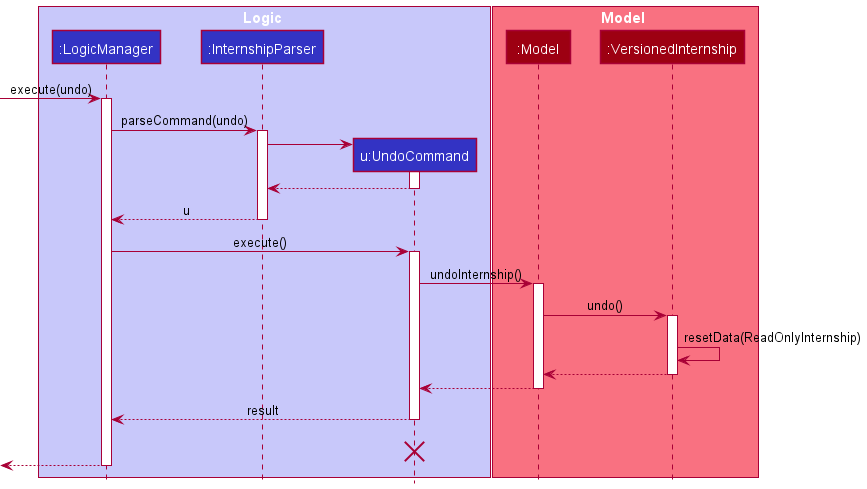
The PlantUML diagram docs/images/umldiagrams/UndoSequenceDiagram.png in tianyue58/tp, before a commit.
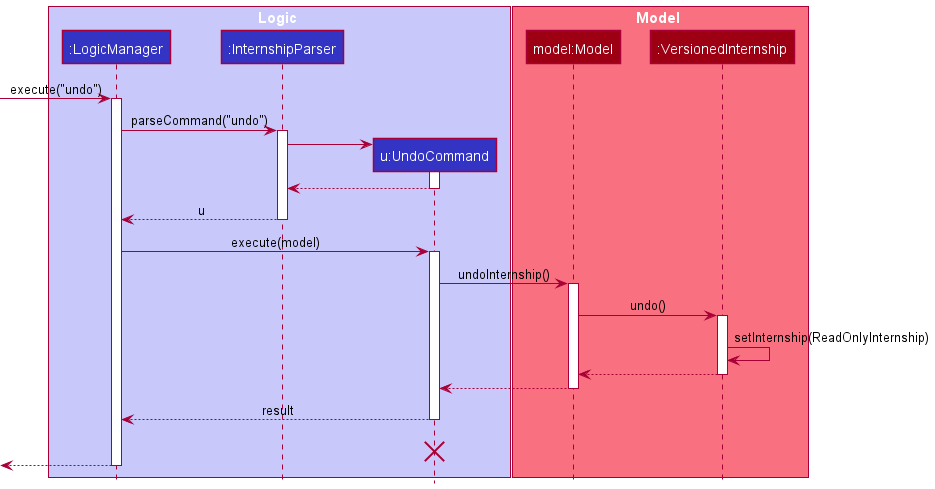
After the commit.

Change to the diagram source:
```diff
@@ -8,13 +8,13 @@
 end box
 
 box Model MODEL_COLOR_T1
-participant ":Model" as Model MODEL_COLOR
+participant "model:Model" as Model MODEL_COLOR
 participant ":VersionedInternship" as VersionedInternship MODEL_COLOR
 end box
-[-> LogicManager : execute(undo)
+[-> LogicManager : execute("undo")
 activate LogicManager
 
-LogicManager -> InternshipParser : parseCommand(undo)
+LogicManager -> InternshipParser : parseCommand("undo")
 activate InternshipParser
 
 create UndoCommand
@@ -27,7 +27,7 @@
 InternshipParser --> LogicManager : u
 deactivate InternshipParser
 
-LogicManager -> UndoCommand : execute()
+LogicManager -> UndoCommand : execute(model)
 activate UndoCommand
 
 UndoCommand -> Model : undoInternship()
@@ -36,7 +36,7 @@
 Model -> VersionedInternship : undo()
 activate VersionedInternship
 
-VersionedInternship -> VersionedInternship :resetData(ReadOnlyInternship)
+VersionedInternship -> VersionedInternship :setInternship(ReadOnlyInternship)
 VersionedInternship --> Model :
 deactivate VersionedInternship
 
```
